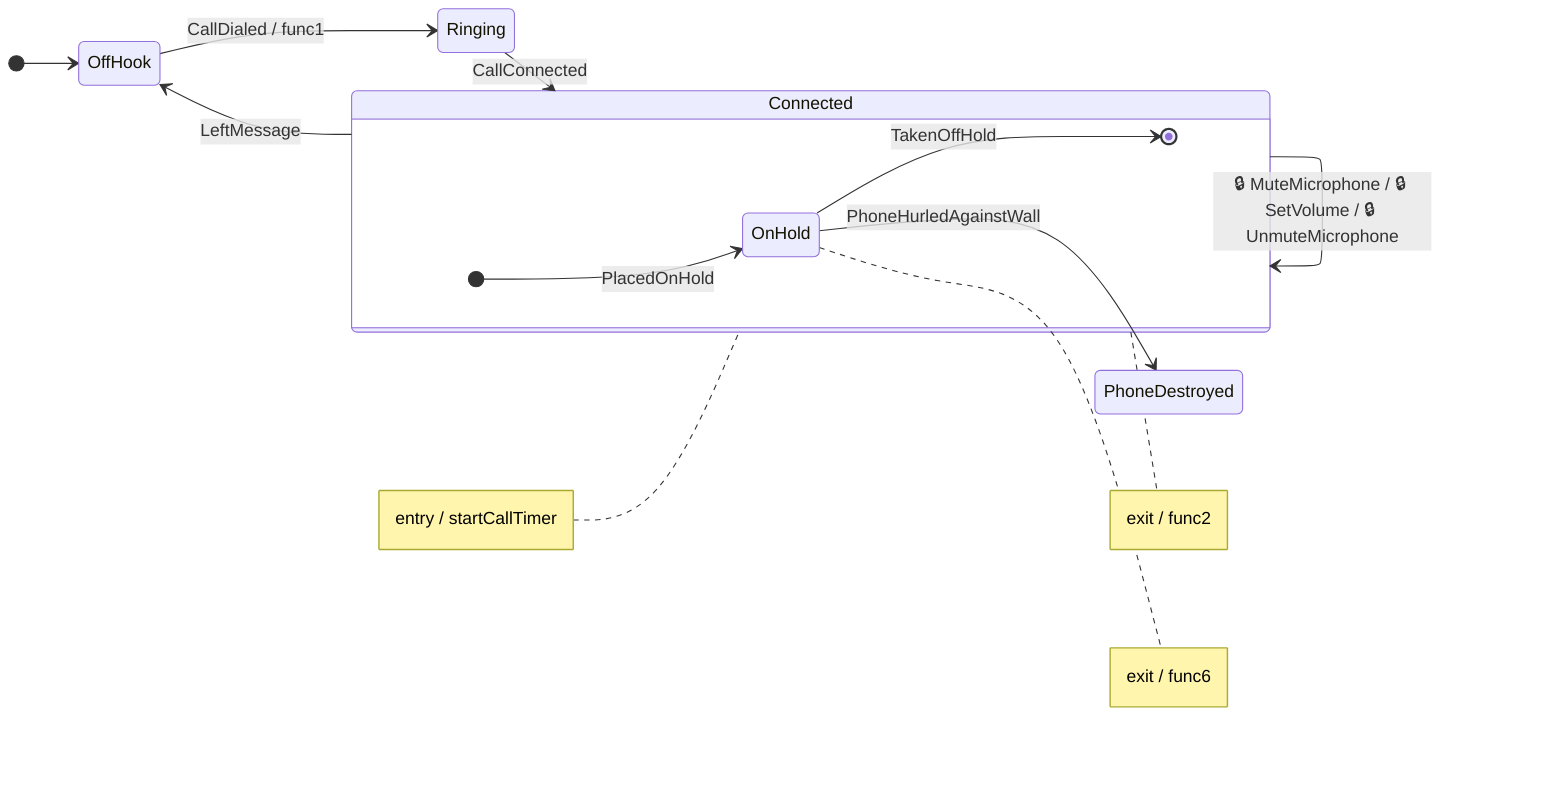
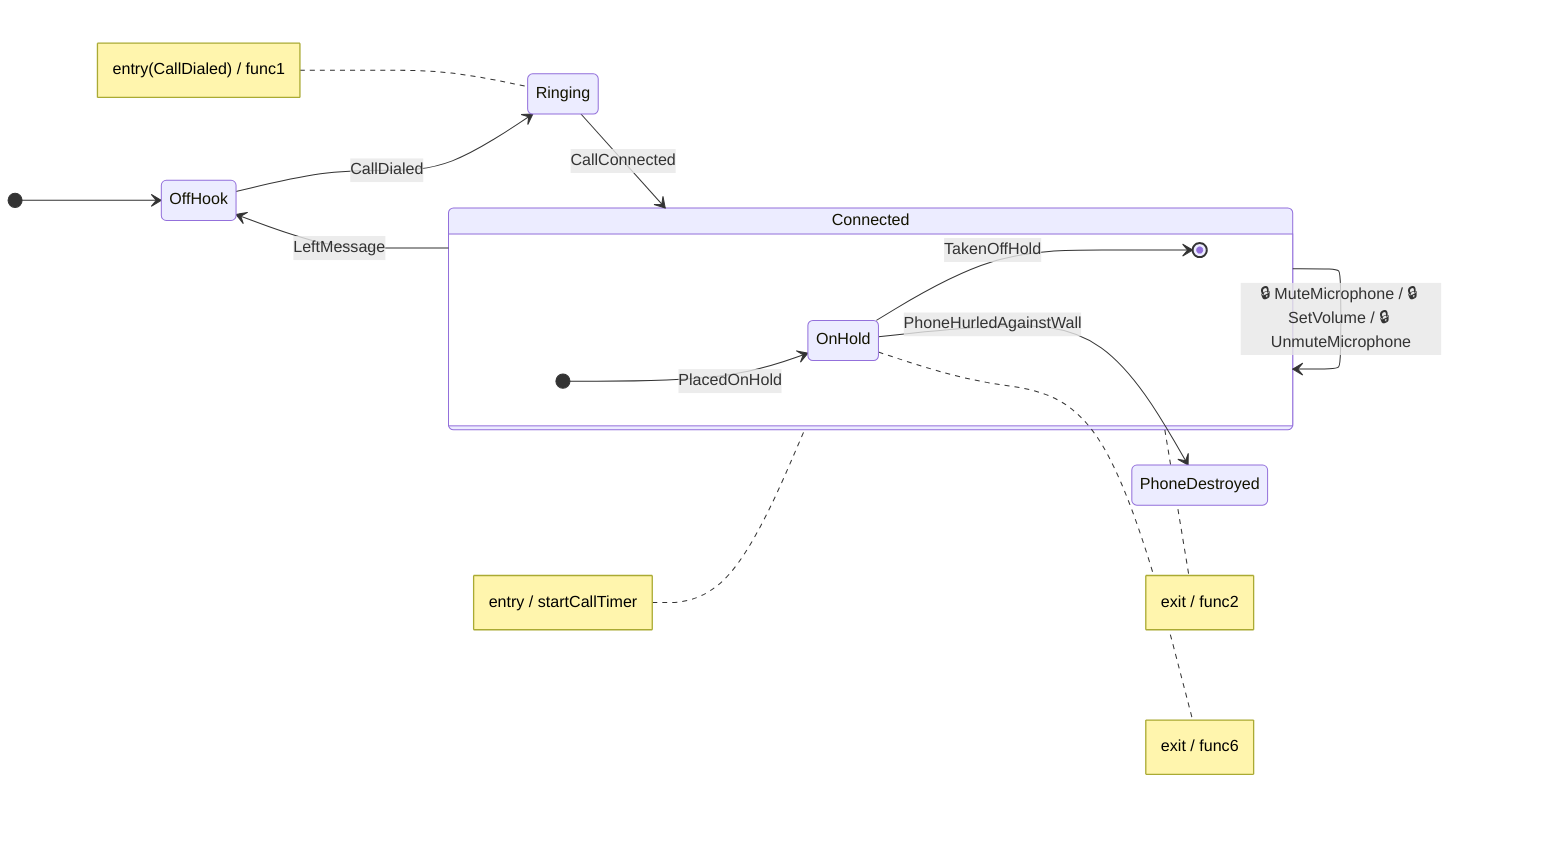
stateDiagram-v2
    direction LR

    [*] --> OffHook

    state Connected {
        OnHold
        [*] --> OnHold : PlacedOnHold
        OnHold --> [*] : TakenOffHold
    }
+ 
+     Connected --> OffHook : LeftMessage
+     Connected --> Connected : 🔒 MuteMicrophone / 🔒 SetVolume / 🔒 UnmuteMicrophone
+     OffHook --> Ringing : CallDialed
+     OnHold --> PhoneDestroyed : PhoneHurledAgainstWall
+     Ringing --> Connected : CallConnected
+ 
    note left of Connected
        entry / startCallTimer
    end note
    note right of Connected
        exit / func2
    end note
    note right of OnHold
        exit / func6
    end note
- 
-     Connected --> OffHook : LeftMessage
-     Connected --> Connected : 🔒 MuteMicrophone / 🔒 SetVolume / 🔒 UnmuteMicrophone
-     OffHook --> Ringing : CallDialed / func1
-     OnHold --> PhoneDestroyed : PhoneHurledAgainstWall
-     Ringing --> Connected : CallConnected
+     note left of Ringing
+         entry(CallDialed) / func1
+     end note
